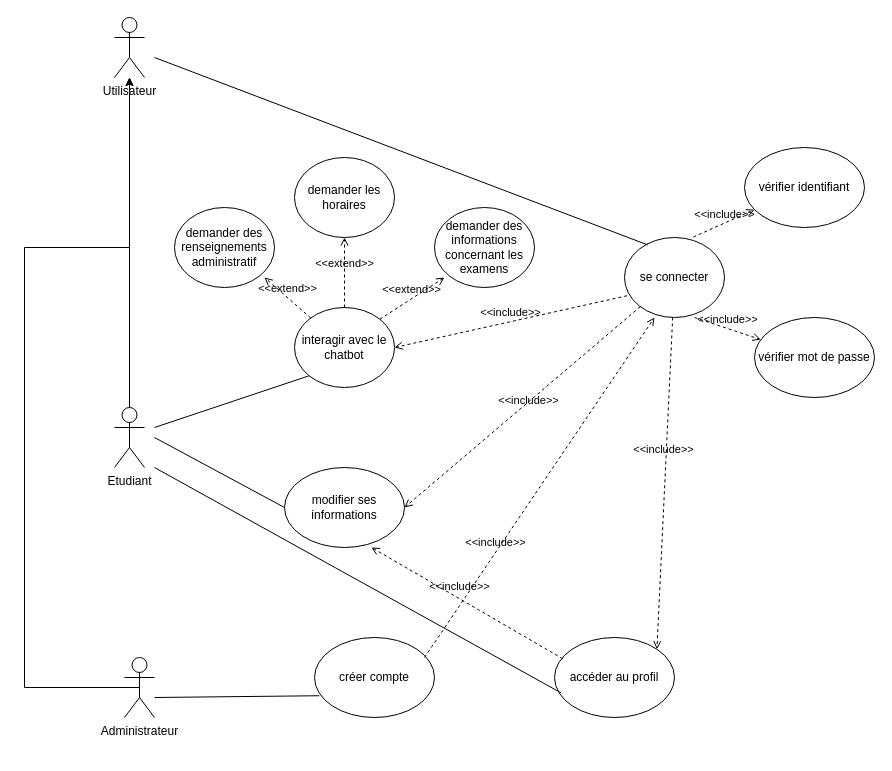
AguirChams/ChatbotAskMia keeps this draw.io diagram as usecase.drawio. Above is the earlier version. Source tidied: cells renumbered, new cells numbered last; positions are measured from the earlier drawing's top-left corner, leaving out a move shared by most shapes. Both pictures are drawn from the tidied source at 100%, with x=0, y=0 at pixel (24, 17).
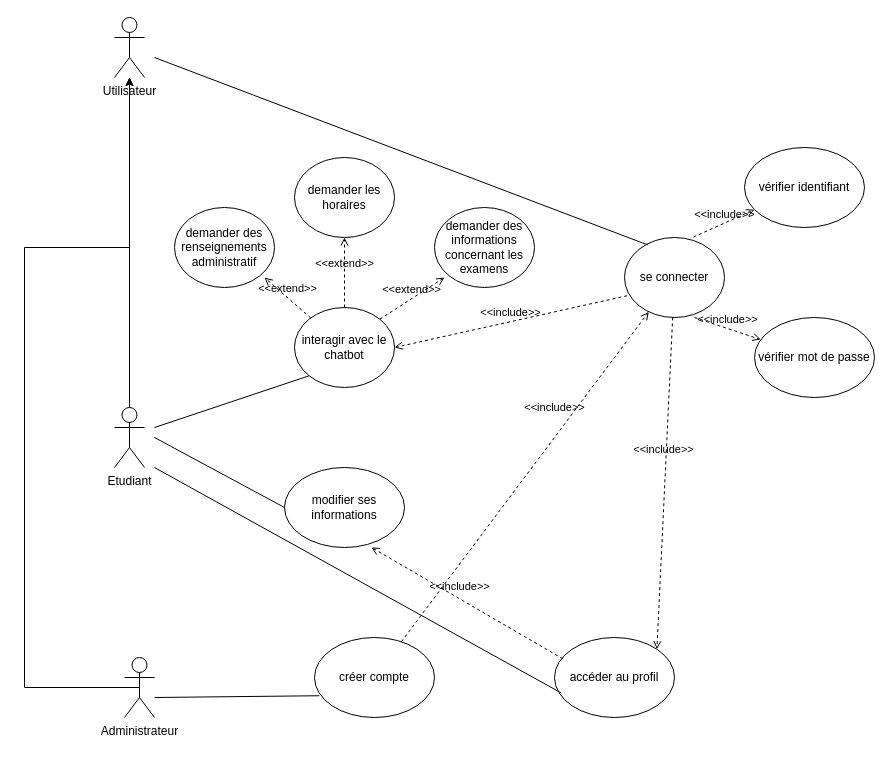
Above is the later version.

Unchanged cells that the change refers to:
```xml
<mxCell id="5" value="se connecter" style="ellipse;whiteSpace=wrap;html=1;" parent="1" vertex="1">
  <mxGeometry x="600" y="220" width="100" height="80" as="geometry" />
</mxCell>
<mxCell id="6" value="créer compte" style="ellipse;whiteSpace=wrap;html=1;" parent="1" vertex="1">
  <mxGeometry x="290" y="620" width="120" height="80" as="geometry" />
</mxCell>
<mxCell id="8" value="modifier ses informations" style="ellipse;whiteSpace=wrap;html=1;" parent="1" vertex="1">
  <mxGeometry x="260" y="450" width="120" height="80" as="geometry" />
</mxCell>
```

What changed in the source:
```diff
@@
-    <mxCell id="12" value="&amp;lt;&amp;lt;include&amp;gt;&amp;gt;" style="html=1;verticalAlign=bottom;labelBackgroundColor=none;endArrow=open;endFill=0;dashed=1;rounded=0;entryX=0.3;entryY=1;entryDx=0;entryDy=0;entryPerimeter=0;" parent="1" edge="1" target="5">
-      <mxGeometry x="-0.38" relative="1" as="geometry">
-        <mxPoint x="400" y="640" as="sourcePoint" />
-        <mxPoint y="-1" as="offset" />
-      </mxGeometry>
+    <mxCell id="12" value="&amp;lt;&amp;lt;include&amp;gt;&amp;gt;" style="html=1;verticalAlign=bottom;labelBackgroundColor=none;endArrow=open;endFill=0;dashed=1;rounded=0;" parent="1" edge="1" source="6" target="5">
+      <mxGeometry x="0.32" y="12" relative="1" as="geometry" />
     </mxCell>
-    <mxCell id="13" value="&amp;lt;&amp;lt;include&amp;gt;&amp;gt;" style="html=1;verticalAlign=bottom;labelBackgroundColor=none;endArrow=open;endFill=0;dashed=1;rounded=0;entryX=1;entryY=0.5;entryDx=0;entryDy=0;" parent="1" edge="1" source="5" target="8">
-      <mxGeometry x="-0.02" y="6" relative="1" as="geometry" />
-    </mxCell>
```
